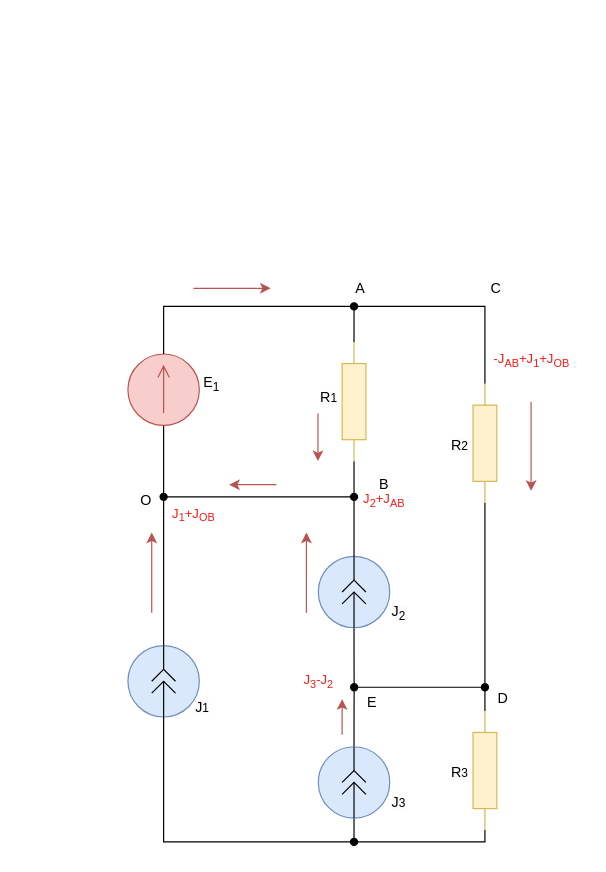
Earlier version of the draw.io diagram page "task_calculations" (3 of 4) of lab1/lab1.drawio (nlrezortiez/eltex_23-24). Source tidied: cells renumbered, new cells numbered last; positions are measured from the earlier drawing's top-left corner, leaving out a move shared by most shapes. Both pictures are drawn from the tidied source at 119%, with x=0, y=0 at pixel (20, 20).
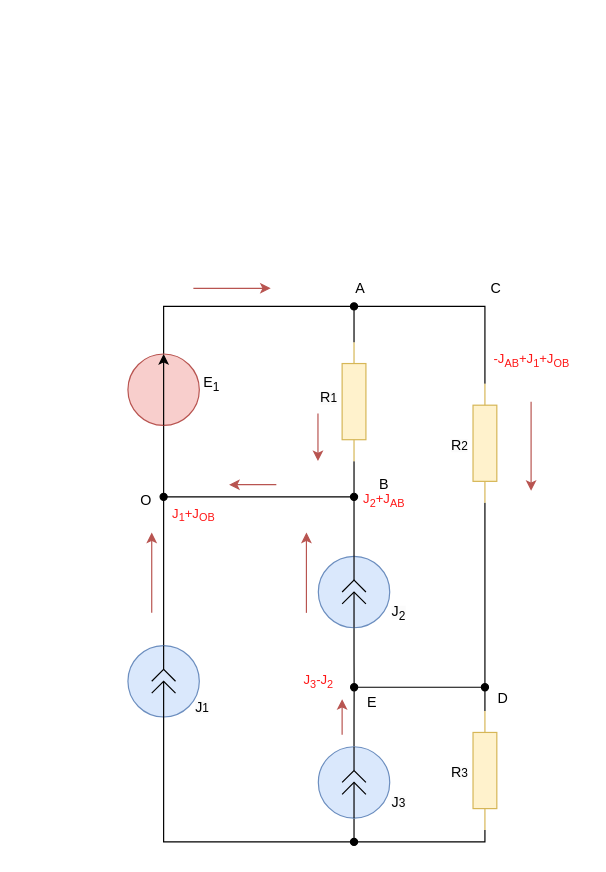
After the change.

The change refers to these unchanged cells:
```xml
<mxCell id="6" style="verticalLabelPosition=bottom;shadow=0;dashed=0;align=center;html=1;verticalAlign=top;shape=mxgraph.electrical.resistors.resistor_1;direction=south;fillColor=#fff2cc;strokeColor=#d6b656;" parent="1" vertex="1">
  <mxGeometry x="270" y="270" width="20" height="100" as="geometry" />
</mxCell>
```

Change to the diagram source:
```diff
@@
-    <mxCell id="52" style="edgeStyle=orthogonalEdgeStyle;rounded=0;jettySize=auto;html=1;exitX=0;exitY=0.5;exitDx=0;exitDy=0;exitPerimeter=0;endArrow=none;endFill=0;" parent="1" edge="1" source="53">
-      <mxGeometry relative="1" as="geometry">
-        <mxPoint x="120" y="400" as="targetPoint" />
-      </mxGeometry>
-    </mxCell>
-    <mxCell id="53" style="verticalLabelPosition=bottom;shadow=0;dashed=0;align=center;html=1;verticalAlign=top;shape=mxgraph.electrical.signal_sources.source;points=[[0.5,0,0],[1,0.5,0],[0.5,1,0],[0,0.5,0]];elSignalType=dc1;direction=north;fillColor=#f8cecc;strokeColor=#b85450;" parent="1" vertex="1">
-      <mxGeometry x="90" y="280" width="60" height="60" as="geometry" />
-    </mxCell>
-    <mxCell id="54" style="edgeStyle=orthogonalEdgeStyle;rounded=0;jettySize=auto;html=1;exitX=1;exitY=0.5;exitDx=0;exitDy=0;exitPerimeter=0;entryX=0;entryY=0.5;entryDx=0;entryDy=0;entryPerimeter=0;endArrow=none;endFill=0;" parent="1" edge="1" source="53" target="6">
-      <mxGeometry relative="1" as="geometry">
-        <Array as="points">
-          <mxPoint x="120" y="240" />
-          <mxPoint x="280" y="240" />
-        </Array>
-      </mxGeometry>
-    </mxCell>
+    <mxCell id="55" style="edgeStyle=orthogonalEdgeStyle;rounded=0;jettySize=auto;html=1;exitX=0.5;exitY=1;exitDx=0;exitDy=0;endArrow=none;endFill=0;" parent="1" edge="1" source="57">
+      <mxGeometry relative="1" as="geometry">
+        <mxPoint x="120" y="400" as="targetPoint" />
+      </mxGeometry>
+    </mxCell>
+    <mxCell id="56" style="edgeStyle=orthogonalEdgeStyle;rounded=0;jettySize=auto;html=1;exitX=0.5;exitY=0;exitDx=0;exitDy=0;entryX=0;entryY=0.5;entryDx=0;entryDy=0;entryPerimeter=0;endArrow=none;endFill=0;" parent="1" edge="1" source="57" target="6">
+      <mxGeometry relative="1" as="geometry">
+        <Array as="points">
+          <mxPoint x="120" y="240" />
+          <mxPoint x="280" y="240" />
+        </Array>
+      </mxGeometry>
+    </mxCell>
+    <mxCell id="57" style="ellipse;whiteSpace=wrap;html=1;fillColor=#f8cecc;strokeColor=#b85450;" parent="1" vertex="1">
+      <mxGeometry x="90" y="280" width="60" height="60" as="geometry" />
+    </mxCell>
+    <mxCell id="58" style="endArrow=classic;html=1;rounded=0;exitX=0.5;exitY=1;exitDx=0;exitDy=0;entryX=0.5;entryY=0;entryDx=0;entryDy=0;" parent="1" edge="1" source="57" target="57">
+      <mxGeometry relative="1" as="geometry" />
+    </mxCell>
```
